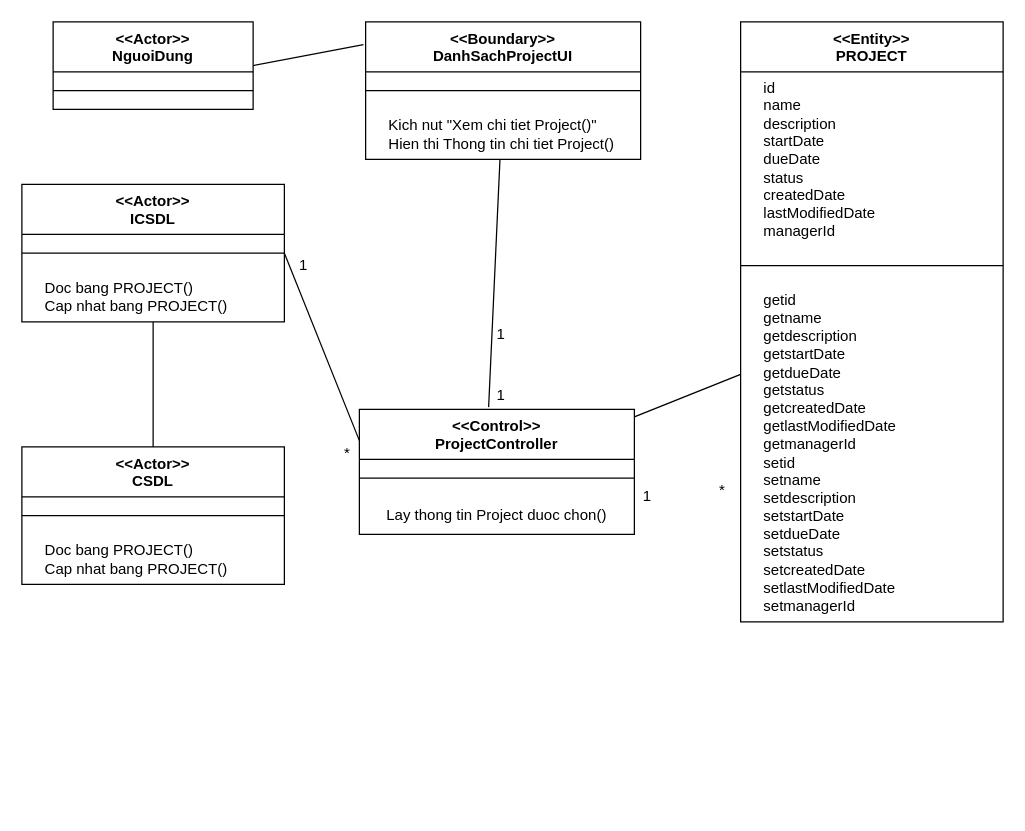
Above: page "XemProject" (5 of 7) of Báo Cáo/VOPC/VPOC.drawio in chickenlazy/college (draw.io), before the change. Source tidied: cells renumbered, new cells numbered last; positions are measured from the earlier drawing's top-left corner, leaving out a move shared by most shapes. Both pictures are drawn from the tidied source at 125%, with x=0, y=0 at pixel (21, 21).
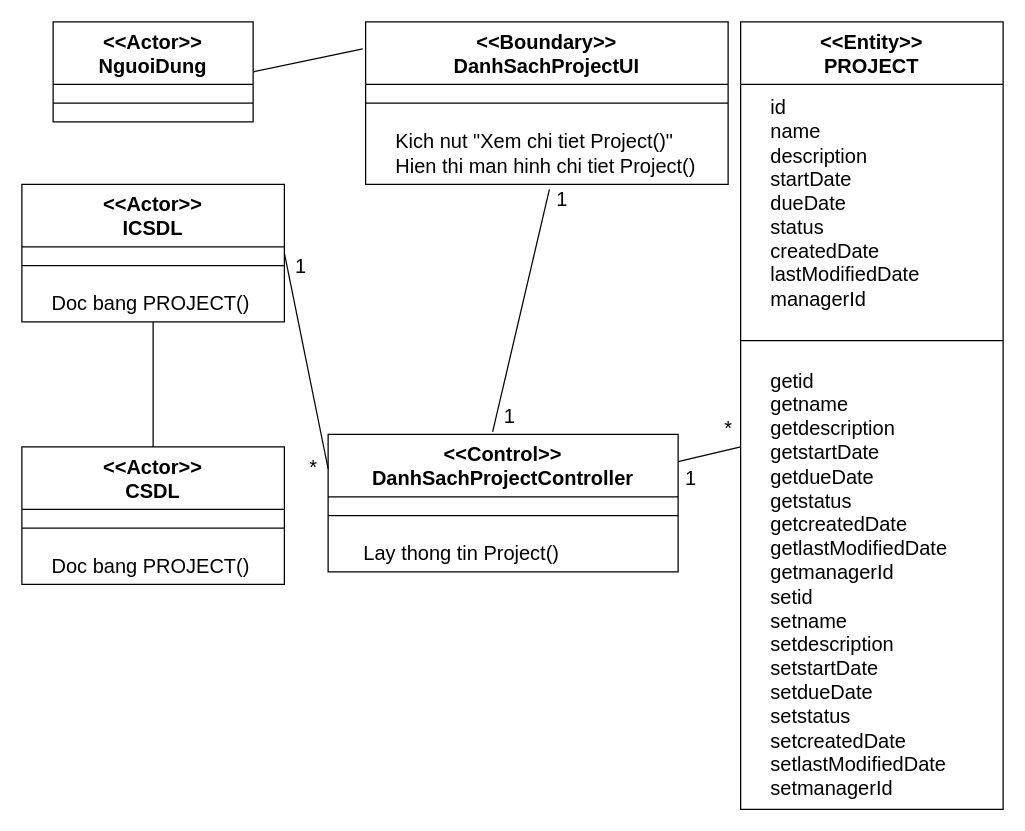
Above is the later version.

What changed in the source:
```diff
@@
-    <mxCell id="2" value="&amp;lt;&amp;lt;Actor&amp;gt;&amp;gt;&lt;div&gt;NguoiDung&lt;/div&gt;" style="swimlane;fontStyle=1;align=center;verticalAlign=top;horizontal=1;startSize=40;whiteSpace=wrap;html=1;" parent="1" vertex="1">
-      <mxGeometry x="25" width="160" height="70" as="geometry" />
+    <mxCell id="2" value="&amp;lt;&amp;lt;Actor&amp;gt;&amp;gt;&lt;div&gt;NguoiDung&lt;/div&gt;" style="swimlane;fontStyle=1;align=center;verticalAlign=top;horizontal=1;startSize=50;whiteSpace=wrap;html=1;fontSize=16;" parent="1" vertex="1">
+      <mxGeometry x="25" width="160" height="80" as="geometry" />
     </mxCell>
-    <mxCell id="3" style="line;strokeWidth=1;fillColor=none;align=left;verticalAlign=middle;spacingTop=-1;spacingLeft=3;spacingRight=3;labelPosition=right;strokeColor=inherit;" parent="2" vertex="1">
-      <mxGeometry y="40" width="160" height="30" as="geometry" />
+    <mxCell id="3" style="line;strokeWidth=1;fillColor=none;align=left;verticalAlign=middle;spacingTop=-1;spacingLeft=3;spacingRight=3;labelPosition=right;strokeColor=inherit;fontSize=16;" parent="2" vertex="1">
+      <mxGeometry y="50" width="160" height="30" as="geometry" />
     </mxCell>
-    <mxCell id="4" value="&amp;lt;&amp;lt;Boundary&amp;gt;&amp;gt;&lt;div&gt;DanhSachProjectUI&lt;/div&gt;" style="swimlane;fontStyle=1;align=center;verticalAlign=top;horizontal=1;startSize=40;whiteSpace=wrap;html=1;" parent="1" vertex="1">
-      <mxGeometry x="275" width="220" height="110" as="geometry" />
+    <mxCell id="4" value="&amp;lt;&amp;lt;Boundary&amp;gt;&amp;gt;&lt;div&gt;DanhSachProjectUI&lt;/div&gt;" style="swimlane;fontStyle=1;align=center;verticalAlign=top;horizontal=1;startSize=50;whiteSpace=wrap;html=1;fontSize=16;" parent="1" vertex="1">
+      <mxGeometry x="275" width="290" height="130" as="geometry" />
     </mxCell>
-    <mxCell id="5" style="line;strokeWidth=1;fillColor=none;align=left;verticalAlign=middle;spacingTop=-1;spacingLeft=3;spacingRight=3;labelPosition=right;strokeColor=inherit;" parent="4" vertex="1">
-      <mxGeometry y="40" width="220" height="30" as="geometry" />
+    <mxCell id="5" style="line;strokeWidth=1;fillColor=none;align=left;verticalAlign=middle;spacingTop=-1;spacingLeft=3;spacingRight=3;labelPosition=right;strokeColor=inherit;fontSize=16;" parent="4" vertex="1">
+      <mxGeometry y="50" width="290" height="30" as="geometry" />
     </mxCell>
-    <mxCell id="6" value="&amp;nbsp; &amp;nbsp; &amp;nbsp;Kich nut &quot;Xem chi tiet Project()&quot;&lt;br&gt;&lt;div&gt;&lt;span style=&quot;background-color: transparent; color: light-dark(rgb(0, 0, 0), rgb(255, 255, 255));&quot;&gt;&amp;nbsp; &amp;nbsp; &amp;nbsp;&lt;/span&gt;Hien thi Thong tin chi tiet Project()&lt;/div&gt;" style="text;html=1;align=left;verticalAlign=middle;points=[];strokeColor=none;fillColor=none;" parent="4" vertex="1">
-      <mxGeometry y="70" width="220" height="40" as="geometry" />
+    <mxCell id="6" value="&amp;nbsp; &amp;nbsp; &amp;nbsp;Kich nut &quot;Xem chi tiet Project()&quot;&lt;br&gt;&lt;div&gt;&lt;span style=&quot;background-color: transparent; color: light-dark(rgb(0, 0, 0), rgb(255, 255, 255));&quot;&gt;&amp;nbsp; &amp;nbsp; &amp;nbsp;&lt;/span&gt;Hien thi man hinh chi tiet Project()&lt;/div&gt;" style="text;html=1;align=left;verticalAlign=middle;points=[];strokeColor=none;fillColor=none;fontSize=16;" parent="4" vertex="1">
+      <mxGeometry y="80" width="290" height="50" as="geometry" />
     </mxCell>
-    <mxCell id="7" value="&amp;lt;&amp;lt;Control&amp;gt;&amp;gt;&lt;div&gt;ProjectController&lt;/div&gt;" style="swimlane;fontStyle=1;align=center;verticalAlign=top;horizontal=1;startSize=40;whiteSpace=wrap;html=1;" parent="1" vertex="1">
-      <mxGeometry x="270" y="310" width="220" height="100" as="geometry" />
+    <mxCell id="7" value="&amp;lt;&amp;lt;Control&amp;gt;&amp;gt;&lt;div&gt;DanhSachProjectController&lt;/div&gt;" style="swimlane;fontStyle=1;align=center;verticalAlign=top;horizontal=1;startSize=50;whiteSpace=wrap;html=1;fontSize=16;" parent="1" vertex="1">
+      <mxGeometry x="245" y="330" width="280" height="110" as="geometry" />
     </mxCell>
-    <mxCell id="8" style="line;strokeWidth=1;fillColor=none;align=left;verticalAlign=middle;spacingTop=-1;spacingLeft=3;spacingRight=3;labelPosition=right;strokeColor=inherit;" parent="7" vertex="1">
-      <mxGeometry y="40" width="220" height="30" as="geometry" />
+    <mxCell id="8" style="line;strokeWidth=1;fillColor=none;align=left;verticalAlign=middle;spacingTop=-1;spacingLeft=3;spacingRight=3;labelPosition=right;strokeColor=inherit;fontSize=16;" parent="7" vertex="1">
+      <mxGeometry y="50" width="280" height="30" as="geometry" />
     </mxCell>
-    <mxCell id="9" value="&lt;div&gt;&amp;nbsp; &amp;nbsp; &amp;nbsp; Lay thong tin Project duoc chon()&lt;/div&gt;" style="text;html=1;align=left;verticalAlign=middle;strokeColor=none;fillColor=none;" parent="7" vertex="1">
-      <mxGeometry y="70" width="220" height="30" as="geometry" />
+    <mxCell id="9" value="&lt;div&gt;&amp;nbsp; &amp;nbsp; &amp;nbsp; Lay thong tin Project()&lt;/div&gt;" style="text;html=1;align=left;verticalAlign=middle;strokeColor=none;fillColor=none;fontSize=16;" parent="7" vertex="1">
+      <mxGeometry y="80" width="280" height="30" as="geometry" />
     </mxCell>
-    <mxCell id="10" value="&amp;lt;&amp;lt;Actor&amp;gt;&amp;gt;&lt;div&gt;CSDL&lt;/div&gt;" style="swimlane;fontStyle=1;align=center;verticalAlign=top;horizontal=1;startSize=40;whiteSpace=wrap;html=1;" parent="1" vertex="1">
+    <mxCell id="10" value="&amp;lt;&amp;lt;Actor&amp;gt;&amp;gt;&lt;div&gt;CSDL&lt;/div&gt;" style="swimlane;fontStyle=1;align=center;verticalAlign=top;horizontal=1;startSize=50;whiteSpace=wrap;html=1;fontSize=16;" parent="1" vertex="1">
       <mxGeometry y="340" width="210" height="110" as="geometry" />
     </mxCell>
-    <mxCell id="11" style="line;strokeWidth=1;fillColor=none;align=left;verticalAlign=middle;spacingTop=-1;spacingLeft=3;spacingRight=3;labelPosition=right;strokeColor=inherit;" parent="10" vertex="1">
-      <mxGeometry y="40" width="210" height="30" as="geometry" />
+    <mxCell id="11" style="line;strokeWidth=1;fillColor=none;align=left;verticalAlign=middle;spacingTop=-1;spacingLeft=3;spacingRight=3;labelPosition=right;strokeColor=inherit;fontSize=16;" parent="10" vertex="1">
+      <mxGeometry y="50" width="210" height="30" as="geometry" />
     </mxCell>
-    <mxCell id="12" value="&amp;nbsp; &amp;nbsp; &amp;nbsp;Doc bang PROJECT()&lt;div&gt;&amp;nbsp; &amp;nbsp; &amp;nbsp;Cap nhat bang PROJECT()&lt;/div&gt;" style="text;html=1;align=left;verticalAlign=middle;strokeColor=none;fillColor=none;" parent="10" vertex="1">
-      <mxGeometry y="70" width="210" height="40" as="geometry" />
+    <mxCell id="12" value="&amp;nbsp; &amp;nbsp; &amp;nbsp;Doc bang PROJECT()" style="text;html=1;align=left;verticalAlign=middle;strokeColor=none;fillColor=none;fontSize=16;" parent="10" vertex="1">
+      <mxGeometry y="80" width="210" height="30" as="geometry" />
     </mxCell>
-    <mxCell id="13" value="&amp;lt;&amp;lt;Actor&amp;gt;&amp;gt;&lt;div&gt;ICSDL&lt;/div&gt;" style="swimlane;fontStyle=1;align=center;verticalAlign=top;horizontal=1;startSize=40;whiteSpace=wrap;html=1;" parent="1" vertex="1">
+    <mxCell id="13" value="&amp;lt;&amp;lt;Actor&amp;gt;&amp;gt;&lt;div&gt;ICSDL&lt;/div&gt;" style="swimlane;fontStyle=1;align=center;verticalAlign=top;horizontal=1;startSize=50;whiteSpace=wrap;html=1;fontSize=16;" parent="1" vertex="1">
       <mxGeometry y="130" width="210" height="110" as="geometry" />
     </mxCell>
-    <mxCell id="14" style="line;strokeWidth=1;fillColor=none;align=left;verticalAlign=middle;spacingTop=-1;spacingLeft=3;spacingRight=3;labelPosition=right;strokeColor=inherit;" parent="13" vertex="1">
-      <mxGeometry y="40" width="210" height="30" as="geometry" />
+    <mxCell id="14" style="line;strokeWidth=1;fillColor=none;align=left;verticalAlign=middle;spacingTop=-1;spacingLeft=3;spacingRight=3;labelPosition=right;strokeColor=inherit;fontSize=16;" parent="13" vertex="1">
+      <mxGeometry y="50" width="210" height="30" as="geometry" />
     </mxCell>
-    <mxCell id="15" value="&amp;nbsp; &amp;nbsp; &amp;nbsp;Doc bang PROJECT()&lt;div&gt;&amp;nbsp; &amp;nbsp; &amp;nbsp;Cap nhat bang PROJECT()&lt;/div&gt;" style="text;html=1;align=left;verticalAlign=middle;strokeColor=none;fillColor=none;" parent="13" vertex="1">
-      <mxGeometry y="70" width="210" height="40" as="geometry" />
+    <mxCell id="15" value="&amp;nbsp; &amp;nbsp; &amp;nbsp;Doc bang PROJECT()" style="text;html=1;align=left;verticalAlign=middle;strokeColor=none;fillColor=none;fontSize=16;" parent="13" vertex="1">
+      <mxGeometry y="80" width="210" height="30" as="geometry" />
     </mxCell>
-    <mxCell id="16" value="&amp;lt;&amp;lt;Entity&amp;gt;&amp;gt;&lt;div&gt;PROJECT&lt;/div&gt;" style="swimlane;fontStyle=1;align=center;verticalAlign=top;horizontal=1;startSize=40;whiteSpace=wrap;html=1;" parent="1" vertex="1">
-      <mxGeometry x="575" width="210" height="480" as="geometry" />
+    <mxCell id="16" value="&amp;lt;&amp;lt;Entity&amp;gt;&amp;gt;&lt;div&gt;PROJECT&lt;/div&gt;" style="swimlane;fontStyle=1;align=center;verticalAlign=top;horizontal=1;startSize=50;whiteSpace=wrap;html=1;fontSize=16;" parent="1" vertex="1">
+      <mxGeometry x="575" width="210" height="630" as="geometry" />
     </mxCell>
-    <mxCell id="17" value="&amp;nbsp; &amp;nbsp; &amp;nbsp;id&lt;div&gt;&amp;nbsp; &amp;nbsp; &amp;nbsp;name&lt;/div&gt;&lt;div&gt;&amp;nbsp; &amp;nbsp; &amp;nbsp;description&lt;/div&gt;&lt;div&gt;&amp;nbsp; &amp;nbsp; &amp;nbsp;startDate&lt;/div&gt;&lt;div&gt;&amp;nbsp; &amp;nbsp; &amp;nbsp;dueDate&lt;/div&gt;&lt;div&gt;&amp;nbsp; &amp;nbsp; &amp;nbsp;status&lt;/div&gt;&lt;div&gt;&amp;nbsp; &amp;nbsp; &amp;nbsp;createdDate&lt;/div&gt;&lt;div&gt;&amp;nbsp; &amp;nbsp; &amp;nbsp;lastModifiedDate&lt;/div&gt;&lt;div&gt;&amp;nbsp; &amp;nbsp; &amp;nbsp;managerId&lt;/div&gt;" style="text;html=1;align=left;verticalAlign=middle;strokeColor=none;fillColor=none;" parent="16" vertex="1">
-      <mxGeometry y="40" width="210" height="140" as="geometry" />
+    <mxCell id="17" value="&amp;nbsp; &amp;nbsp; &amp;nbsp;id&lt;div&gt;&amp;nbsp; &amp;nbsp; &amp;nbsp;name&lt;/div&gt;&lt;div&gt;&amp;nbsp; &amp;nbsp; &amp;nbsp;description&lt;/div&gt;&lt;div&gt;&amp;nbsp; &amp;nbsp; &amp;nbsp;startDate&lt;/div&gt;&lt;div&gt;&amp;nbsp; &amp;nbsp; &amp;nbsp;dueDate&lt;/div&gt;&lt;div&gt;&amp;nbsp; &amp;nbsp; &amp;nbsp;status&lt;/div&gt;&lt;div&gt;&amp;nbsp; &amp;nbsp; &amp;nbsp;createdDate&lt;/div&gt;&lt;div&gt;&amp;nbsp; &amp;nbsp; &amp;nbsp;lastModifiedDate&lt;/div&gt;&lt;div&gt;&amp;nbsp; &amp;nbsp; &amp;nbsp;managerId&lt;/div&gt;" style="text;html=1;align=left;verticalAlign=middle;strokeColor=none;fillColor=none;fontSize=16;" parent="16" vertex="1">
+      <mxGeometry y="50" width="210" height="190" as="geometry" />
     </mxCell>
-    <mxCell id="18" style="line;strokeWidth=1;fillColor=none;align=left;verticalAlign=middle;spacingTop=-1;spacingLeft=3;spacingRight=3;labelPosition=right;strokeColor=inherit;" parent="16" vertex="1">
-      <mxGeometry y="180" width="210" height="30" as="geometry" />
+    <mxCell id="18" style="line;strokeWidth=1;fillColor=none;align=left;verticalAlign=middle;spacingTop=-1;spacingLeft=3;spacingRight=3;labelPosition=right;strokeColor=inherit;fontSize=16;" parent="16" vertex="1">
+      <mxGeometry y="240" width="210" height="30" as="geometry" />
     </mxCell>
-    <mxCell id="19" value="&amp;nbsp; &amp;nbsp; &amp;nbsp;getid&lt;div&gt;&amp;nbsp; &amp;nbsp; &amp;nbsp;getname&lt;/div&gt;&lt;div&gt;&amp;nbsp; &amp;nbsp; &amp;nbsp;getdescription&lt;/div&gt;&lt;div&gt;&amp;nbsp; &amp;nbsp; &amp;nbsp;getstartDate&lt;/div&gt;&lt;div&gt;&amp;nbsp; &amp;nbsp; &amp;nbsp;getdueDate&lt;/div&gt;&lt;div&gt;&amp;nbsp; &amp;nbsp; &amp;nbsp;getstatus&lt;/div&gt;&lt;div&gt;&amp;nbsp; &amp;nbsp; &amp;nbsp;getcreatedDate&lt;/div&gt;&lt;div&gt;&amp;nbsp; &amp;nbsp; &amp;nbsp;getlastModifiedDate&lt;/div&gt;&lt;div&gt;&amp;nbsp; &amp;nbsp; &amp;nbsp;getmanagerId&lt;/div&gt;&lt;div&gt;&amp;nbsp; &amp;nbsp; &amp;nbsp;setid&lt;div&gt;&amp;nbsp; &amp;nbsp; &amp;nbsp;setname&lt;/div&gt;&lt;div&gt;&amp;nbsp; &amp;nbsp; &amp;nbsp;setdescription&lt;/div&gt;&lt;div&gt;&amp;nbsp; &amp;nbsp; &amp;nbsp;setstartDate&lt;/div&gt;&lt;div&gt;&amp;nbsp; &amp;nbsp; &amp;nbsp;setdueDate&lt;/div&gt;&lt;div&gt;&amp;nbsp; &amp;nbsp; &amp;nbsp;setstatus&lt;/div&gt;&lt;div&gt;&amp;nbsp; &amp;nbsp; &amp;nbsp;setcreatedDate&lt;/div&gt;&lt;div&gt;&amp;nbsp; &amp;nbsp; &amp;nbsp;setlastModifiedDate&lt;/div&gt;&lt;div&gt;&amp;nbsp; &amp;nbsp; &amp;nbsp;setmanagerId&lt;/div&gt;&lt;/div&gt;" style="text;html=1;align=left;verticalAlign=middle;strokeColor=none;fillColor=none;" parent="16" vertex="1">
-      <mxGeometry y="210" width="210" height="270" as="geometry" />
+    <mxCell id="19" value="&amp;nbsp; &amp;nbsp; &amp;nbsp;getid&lt;div&gt;&amp;nbsp; &amp;nbsp; &amp;nbsp;getname&lt;/div&gt;&lt;div&gt;&amp;nbsp; &amp;nbsp; &amp;nbsp;getdescription&lt;/div&gt;&lt;div&gt;&amp;nbsp; &amp;nbsp; &amp;nbsp;getstartDate&lt;/div&gt;&lt;div&gt;&amp;nbsp; &amp;nbsp; &amp;nbsp;getdueDate&lt;/div&gt;&lt;div&gt;&amp;nbsp; &amp;nbsp; &amp;nbsp;getstatus&lt;/div&gt;&lt;div&gt;&amp;nbsp; &amp;nbsp; &amp;nbsp;getcreatedDate&lt;/div&gt;&lt;div&gt;&amp;nbsp; &amp;nbsp; &amp;nbsp;getlastModifiedDate&lt;/div&gt;&lt;div&gt;&amp;nbsp; &amp;nbsp; &amp;nbsp;getmanagerId&lt;/div&gt;&lt;div&gt;&amp;nbsp; &amp;nbsp; &amp;nbsp;setid&lt;div&gt;&amp;nbsp; &amp;nbsp; &amp;nbsp;setname&lt;/div&gt;&lt;div&gt;&amp;nbsp; &amp;nbsp; &amp;nbsp;setdescription&lt;/div&gt;&lt;div&gt;&amp;nbsp; &amp;nbsp; &amp;nbsp;setstartDate&lt;/div&gt;&lt;div&gt;&amp;nbsp; &amp;nbsp; &amp;nbsp;setdueDate&lt;/div&gt;&lt;div&gt;&amp;nbsp; &amp;nbsp; &amp;nbsp;setstatus&lt;/div&gt;&lt;div&gt;&amp;nbsp; &amp;nbsp; &amp;nbsp;setcreatedDate&lt;/div&gt;&lt;div&gt;&amp;nbsp; &amp;nbsp; &amp;nbsp;setlastModifiedDate&lt;/div&gt;&lt;div&gt;&amp;nbsp; &amp;nbsp; &amp;nbsp;setmanagerId&lt;/div&gt;&lt;/div&gt;" style="text;html=1;align=left;verticalAlign=middle;strokeColor=none;fillColor=none;fontSize=16;" parent="16" vertex="1">
+      <mxGeometry y="270" width="210" height="360" as="geometry" />
     </mxCell>
-    <mxCell id="20" style="endArrow=none;html=1;rounded=0;exitX=1;exitY=0.5;exitDx=0;exitDy=0;entryX=-0.008;entryY=0.166;entryDx=0;entryDy=0;entryPerimeter=0;" parent="1" edge="1" source="2" target="4">
+    <mxCell id="20" style="endArrow=none;html=1;rounded=0;exitX=1;exitY=0.5;exitDx=0;exitDy=0;entryX=-0.008;entryY=0.166;entryDx=0;entryDy=0;entryPerimeter=0;fontSize=16;" parent="1" edge="1" source="2" target="4">
       <mxGeometry relative="1" as="geometry" />
     </mxCell>
-    <mxCell id="21" style="endArrow=none;html=1;rounded=0;exitX=0.5;exitY=0;exitDx=0;exitDy=0;" parent="1" edge="1" source="10" target="13">
+    <mxCell id="21" style="endArrow=none;html=1;rounded=0;exitX=0.5;exitY=0;exitDx=0;exitDy=0;fontSize=16;" parent="1" edge="1" source="10" target="13">
       <mxGeometry relative="1" as="geometry" />
     </mxCell>
-    <mxCell id="22" style="endArrow=none;html=1;rounded=0;exitX=0;exitY=0.25;exitDx=0;exitDy=0;entryX=1;entryY=0.5;entryDx=0;entryDy=0;" parent="1" edge="1" source="7" target="13">
+    <mxCell id="22" style="endArrow=none;html=1;rounded=0;exitX=0;exitY=0.25;exitDx=0;exitDy=0;entryX=1;entryY=0.5;entryDx=0;entryDy=0;fontSize=16;" parent="1" edge="1" source="7" target="13">
       <mxGeometry relative="1" as="geometry" />
     </mxCell>
-    <mxCell id="23" style="endArrow=none;html=1;rounded=0;" parent="1" edge="1" source="7" target="16">
+    <mxCell id="23" style="endArrow=none;html=1;rounded=0;fontSize=16;" parent="1" edge="1" source="7" target="16">
       <mxGeometry relative="1" as="geometry" />
     </mxCell>
-    <mxCell id="24" style="endArrow=none;html=1;rounded=0;exitX=0.47;exitY=-0.018;exitDx=0;exitDy=0;exitPerimeter=0;" parent="1" edge="1" source="7" target="4">
-      <mxGeometry relative="1" as="geometry" />
+    <mxCell id="24" style="endArrow=none;html=1;rounded=0;exitX=0.47;exitY=-0.018;exitDx=0;exitDy=0;exitPerimeter=0;fontSize=16;" parent="1" edge="1" target="4">
+      <mxGeometry relative="1" as="geometry">
+        <mxPoint x="419.1" y="129.5" as="sourcePoint" />
+      </mxGeometry>
     </mxCell>
-    <mxCell id="25" value="1" style="text;html=1;align=center;verticalAlign=middle;strokeColor=none;fillColor=none;" parent="1" vertex="1">
-      <mxGeometry x="485" y="365" width="30" height="30" as="geometry" />
+    <mxCell id="25" value="1" style="text;html=1;align=center;verticalAlign=middle;strokeColor=none;fillColor=none;fontSize=16;" parent="1" vertex="1">
+      <mxGeometry x="520" y="350" width="30" height="30" as="geometry" />
     </mxCell>
-    <mxCell id="26" value="*" style="text;html=1;align=center;verticalAlign=middle;strokeColor=none;fillColor=none;" parent="1" vertex="1">
-      <mxGeometry x="545" y="360" width="30" height="30" as="geometry" />
+    <mxCell id="26" value="*" style="text;html=1;align=center;verticalAlign=middle;strokeColor=none;fillColor=none;fontSize=16;" parent="1" vertex="1">
+      <mxGeometry x="550" y="310" width="30" height="30" as="geometry" />
     </mxCell>
-    <mxCell id="27" value="1" style="text;html=1;align=center;verticalAlign=middle;strokeColor=none;fillColor=none;" parent="1" vertex="1">
-      <mxGeometry x="210" y="180" width="30" height="30" as="geometry" />
+    <mxCell id="27" value="1" style="text;html=1;align=center;verticalAlign=middle;strokeColor=none;fillColor=none;fontSize=16;" parent="1" vertex="1">
+      <mxGeometry x="208" y="180" width="30" height="30" as="geometry" />
     </mxCell>
-    <mxCell id="28" value="*" style="text;html=1;align=center;verticalAlign=middle;strokeColor=none;fillColor=none;" parent="1" vertex="1">
-      <mxGeometry x="245" y="330" width="30" height="30" as="geometry" />
+    <mxCell id="28" value="*" style="text;html=1;align=center;verticalAlign=middle;strokeColor=none;fillColor=none;fontSize=16;" parent="1" vertex="1">
+      <mxGeometry x="218" y="341" width="30" height="30" as="geometry" />
     </mxCell>
+    <mxCell id="30" value="1" style="text;html=1;align=center;verticalAlign=middle;strokeColor=none;fillColor=none;fontSize=16;" parent="1" vertex="1">
+      <mxGeometry x="375" y="300" width="30" height="30" as="geometry" />
+    </mxCell>
+    <mxCell id="31" style="endArrow=none;html=1;rounded=0;exitX=0.47;exitY=-0.018;exitDx=0;exitDy=0;exitPerimeter=0;fontSize=16;entryX=0.507;entryY=1.08;entryDx=0;entryDy=0;entryPerimeter=0;" parent="1" edge="1" source="7" target="6">
+      <mxGeometry relative="1" as="geometry" />
+    </mxCell>
-    <mxCell id="29" value="1" style="text;html=1;align=center;verticalAlign=middle;strokeColor=none;fillColor=none;" parent="1" vertex="1">
-      <mxGeometry x="368" y="235" width="30" height="30" as="geometry" />
+    <mxCell id="29" value="1" style="text;html=1;align=center;verticalAlign=middle;strokeColor=none;fillColor=none;fontSize=16;" parent="1" vertex="1">
+      <mxGeometry x="417" y="127" width="30" height="30" as="geometry" />
     </mxCell>
-    <mxCell id="30" value="1" style="text;html=1;align=center;verticalAlign=middle;strokeColor=none;fillColor=none;" parent="1" vertex="1">
-      <mxGeometry x="368" y="284" width="30" height="30" as="geometry" />
-    </mxCell>
```
